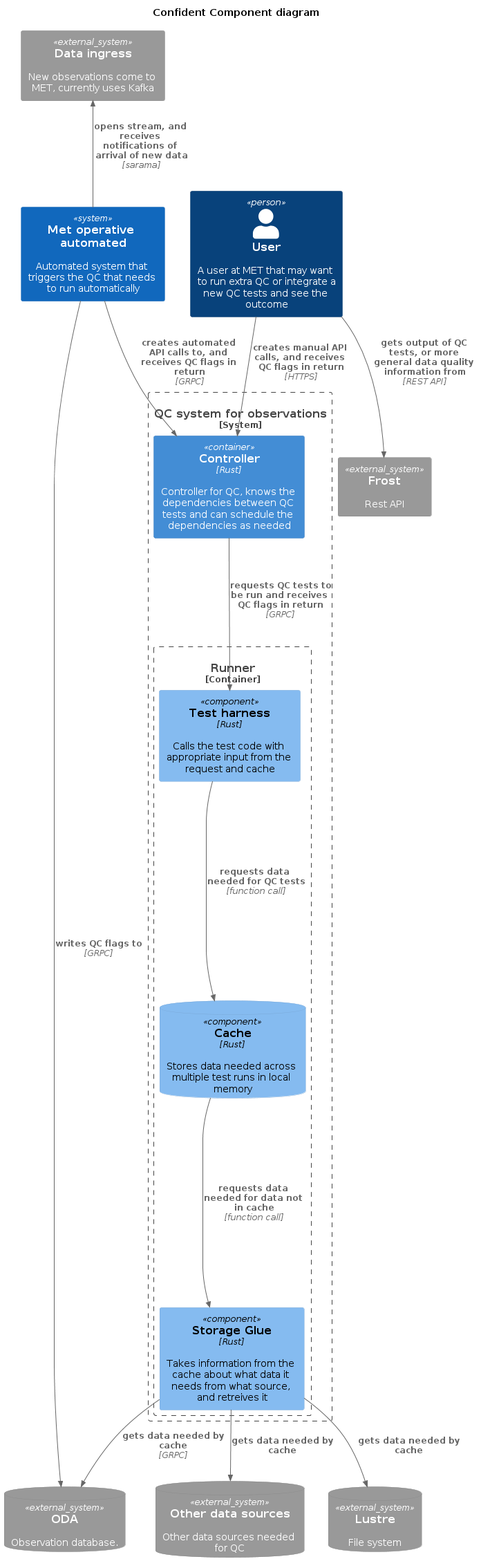
This is docs/Confident_Component.png from metno/rove, a PlantUML export, as it was before one commit.
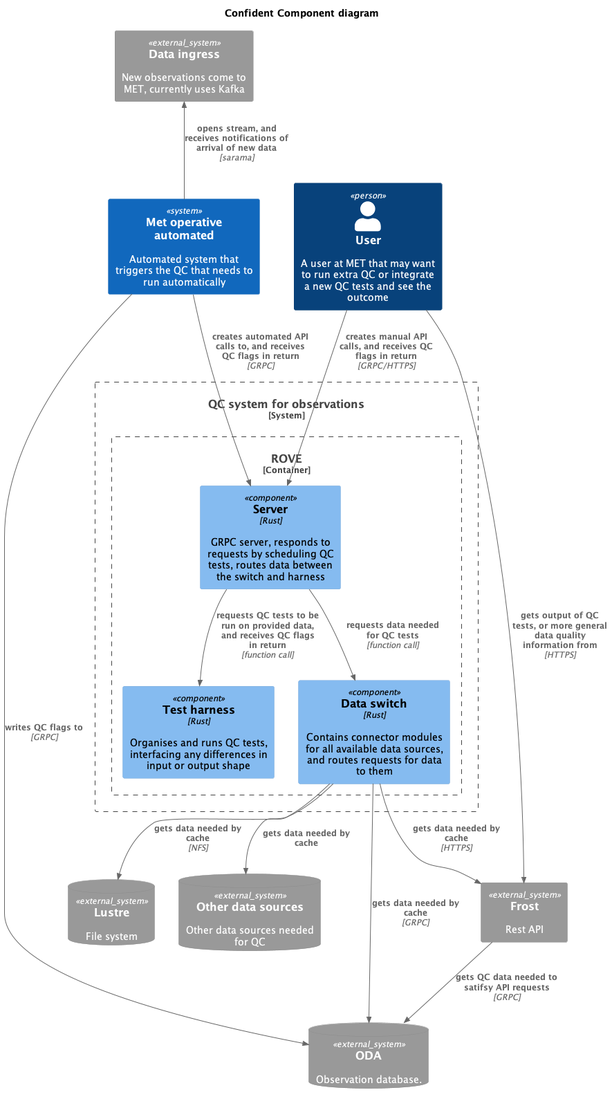
The same file after the commit.

Diff of the diagram source:
```diff
@@ -17,26 +17,27 @@
 SystemDb_Ext(datasources, "Other data sources", "Other data sources needed for QC")
 
 System_Boundary(Confident, "QC system for observations") {
-  Container(controller, "Controller", "Rust", "Controller for QC, knows the dependencies between QC tests and can schedule the dependencies as needed")
-  Container_Boundary(runner, "Runner") {
-    Component(test_harness, "Test harness", "Rust", "Calls the test code with appropriate input from the request and cache")
-    ComponentDb(cache, "Cache", "Rust", "Stores data needed across multiple test runs in local memory")
-    Component(storage_glue, "Storage Glue", "Rust", "Takes information from the cache about what data it needs from what source, and retreives it")
+  Container_Boundary(rove, "ROVE") {
+    Component(server, "Server", "Rust", "GRPC server, responds to requests by scheduling QC tests, routes data between the switch and harness")
+    Component(test_harness, "Test harness", "Rust", "Organises and runs QC tests, interfacing any differences in input or output shape")
+    Component(data_switch, "Data switch", "Rust", "Contains connector modules for all available data sources, and routes requests for data to them")
   }
 }
 
 Rel_U(new_obs_system, kafka, "opens stream, and receives notifications of arrival of new data", "sarama")
+Rel(new_obs_system, oda, "writes QC flags to", "GRPC")
+Rel(new_obs_system, server, "creates automated API calls to, and receives QC flags in return", "GRPC")
 
-Rel(controller, test_harness, "requests QC tests to be run and receives QC flags in return", "GRPC")
-Rel(new_obs_system, oda, "writes QC flags to", "GRPC")
+Rel(server, data_switch, "requests data needed for QC tests", "function call")
 
-Rel(test_harness, cache, "requests data needed for QC tests", "function call")
-Rel(cache, storage_glue, "requests data needed for data not in cache", "function call")
+Rel(data_switch, oda, "gets data needed by cache", "GRPC")
+Rel(data_switch, lustre, "gets data needed by cache", "NFS")
+Rel(data_switch, frost, "gets data needed by cache", "HTTPS")
+Rel(data_switch, datasources, "gets data needed by cache")
 
-Rel(user, controller, "creates manual API calls, and receives QC flags in return", "HTTPS")
-Rel(new_obs_system, controller, "creates automated API calls to, and receives QC flags in return", "GRPC")
-Rel(storage_glue, oda, "gets data needed by cache", "GRPC")
-Rel(storage_glue, lustre, "gets data needed by cache")
-Rel(storage_glue, datasources, "gets data needed by cache")
-Rel(user, frost, "gets output of QC tests, or more general data quality information from", "REST API")
+Rel(server, test_harness, "requests QC tests to be run on provided data, and receives QC flags in return", "function call")
+
+Rel(user, server, "creates manual API calls, and receives QC flags in return", "GRPC/HTTPS")
+Rel(user, frost, "gets output of QC tests, or more general data quality information from", "HTTPS")
+Rel(frost, oda, "gets QC data needed to satifsy API requests", "GRPC")
 @enduml
```
